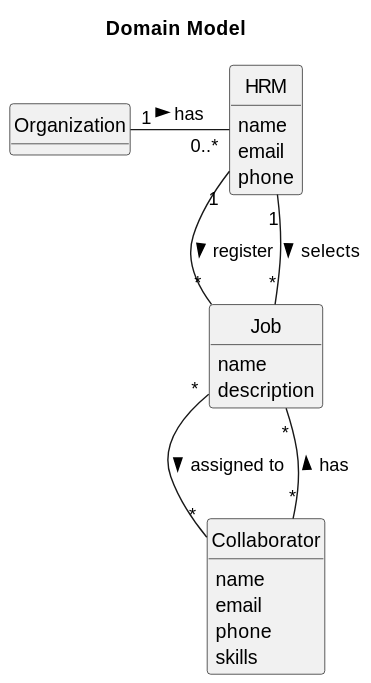
Before: docs/sprintA/us002/02.analysis/svg/us002-domain-model.svg, a diagram exported from PlantUML (daniel41silva05/ISEP_2023_2024_LAPR2).
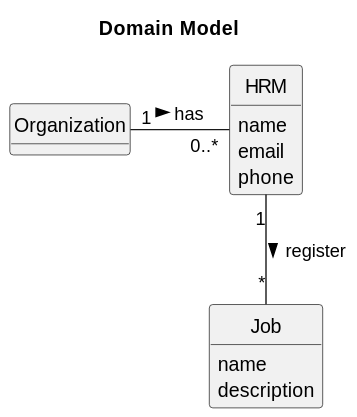
After the commit.

What changed in the source:
```diff
@@ -7,6 +7,7 @@
 skinparam classAttributeIconSize 0
 
 hide circle
+
 hide methods
 
 title Domain Model
@@ -27,16 +28,7 @@
     phone
 }
 
-class Collaborator {
-    name
-    email
-    phone
-    skills
-}
 
 Organization "1" - "0..*" HRM: has >
 HRM "1" -- "*" Job : register   >
-HRM "1" -- "*" Job : selects   >
-Collaborator "*" -- "*" Job : has >
-Job "*" -- "*" Collaborator: assigned to >
 @enduml
```
